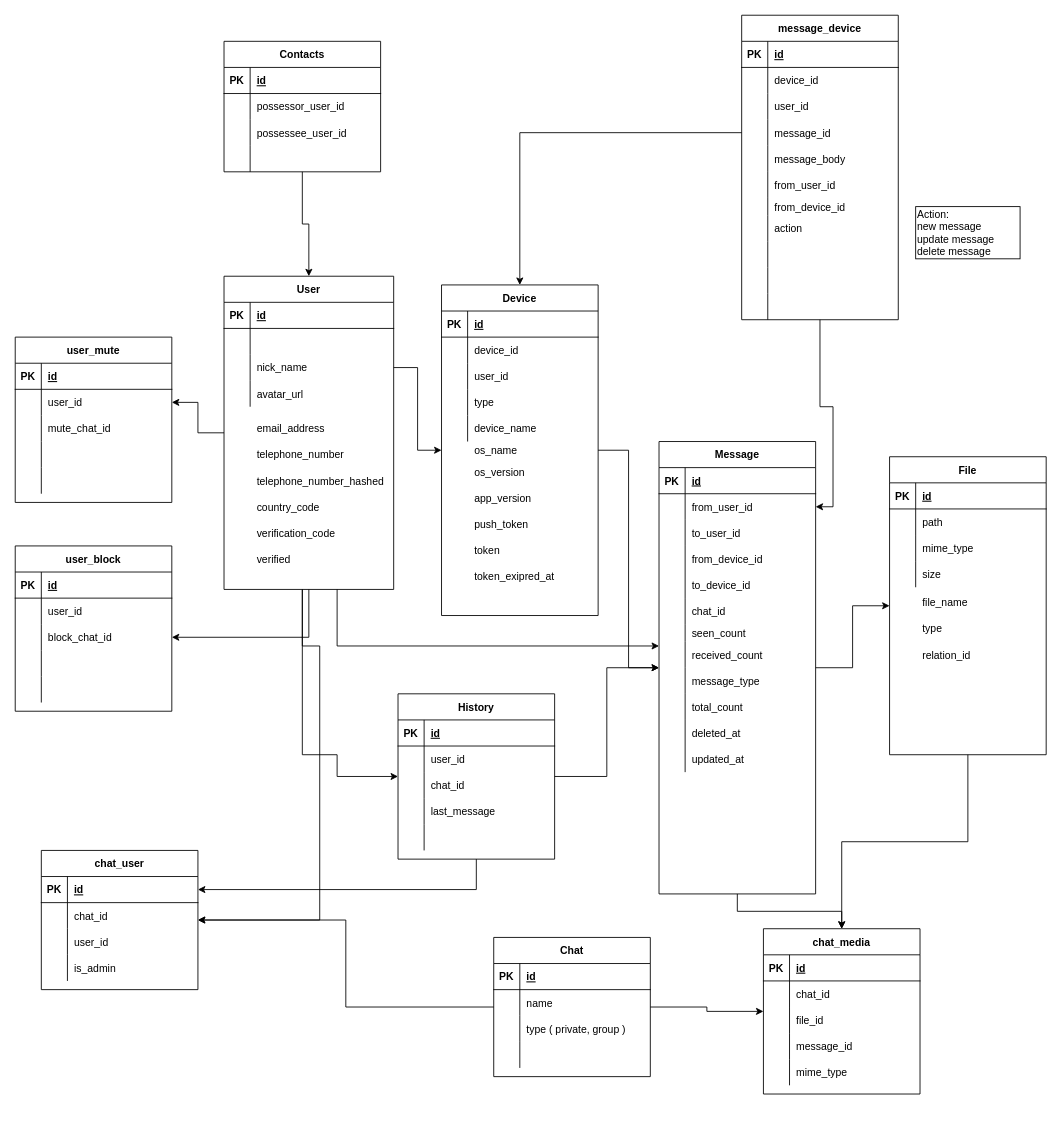
Earlier version of the draw.io diagram documents/database.drawio (cloverstudio/Spika3). Source tidied: cells renumbered, new cells numbered last; positions are measured from the earlier drawing's top-left corner, leaving out a move shared by most shapes. Both pictures are drawn from the tidied source at 87%, with x=0, y=0 at pixel (15, 15).
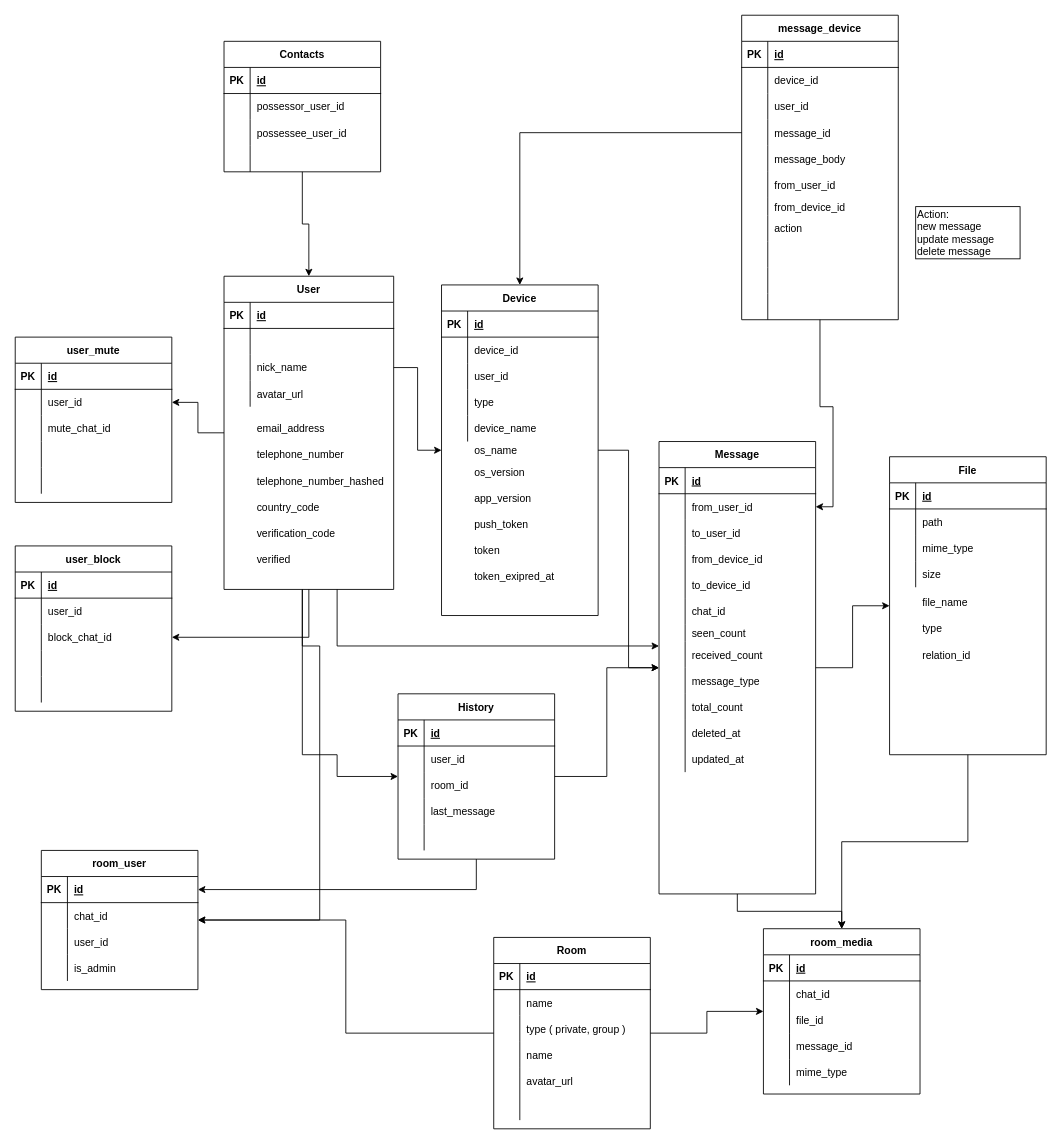
The same diagram, later.

Commit message:
update room model doc

The change refers to these unchanged cells:
```xml
<mxCell id="85" style="shape=partialRectangle;fillColor=none;top=0;left=0;bottom=0;right=0;" parent="78" vertex="1">
  <mxGeometry y="90" width="180" height="30" as="geometry" />
</mxCell>
```

What changed in the source:
```diff
@@
-    <mxCell id="87" value="chat_id" style="shape=partialRectangle;fillColor=none;top=0;left=0;bottom=0;right=0;align=left;spacingLeft=6;overflow=hidden;" parent="85" vertex="1">
+    <mxCell id="87" value="room_id" style="shape=partialRectangle;fillColor=none;top=0;left=0;bottom=0;right=0;align=left;spacingLeft=6;overflow=hidden;" parent="85" vertex="1">
       <mxGeometry x="30" width="150" height="30" as="geometry" />
     </mxCell>
@@
-    <mxCell id="110" value="Chat" style="shape=table;startSize=30;childLayout=tableLayout;rowLines=0;fontStyle=1;align=center;" parent="1" vertex="1">
-      <mxGeometry x="550" y="1060" width="180" height="160" as="geometry" />
+    <mxCell id="110" value="Room" style="shape=table;startSize=30;childLayout=tableLayout;rowLines=0;fontStyle=1;align=center;" parent="1" vertex="1">
+      <mxGeometry x="550" y="1060" width="180" height="220" as="geometry" />
     </mxCell>
@@
+    <mxCell id="251" style="shape=partialRectangle;fillColor=none;top=0;left=0;bottom=0;right=0;" parent="110" vertex="1">
+      <mxGeometry y="90" width="180" height="30" as="geometry" />
+    </mxCell>
+    <mxCell id="252" style="shape=partialRectangle;fillColor=none;top=0;left=0;bottom=0;right=0;overflow=hidden;" parent="251" vertex="1">
+      <mxGeometry width="30" height="30" as="geometry" />
+    </mxCell>
+    <mxCell id="253" value="type ( private, group )" style="shape=partialRectangle;fillColor=none;top=0;left=0;bottom=0;right=0;align=left;spacingLeft=6;overflow=hidden;" parent="251" vertex="1">
+      <mxGeometry x="30" width="150" height="30" as="geometry" />
+    </mxCell>
+    <mxCell id="254" style="shape=partialRectangle;fillColor=none;top=0;left=0;bottom=0;right=0;" parent="110" vertex="1">
+      <mxGeometry y="120" width="180" height="30" as="geometry" />
+    </mxCell>
+    <mxCell id="255" style="shape=partialRectangle;fillColor=none;top=0;left=0;bottom=0;right=0;overflow=hidden;" parent="254" vertex="1">
+      <mxGeometry width="30" height="30" as="geometry" />
+    </mxCell>
+    <mxCell id="256" value="name" style="shape=partialRectangle;fillColor=none;top=0;left=0;bottom=0;right=0;align=left;spacingLeft=6;overflow=hidden;" parent="254" vertex="1">
+      <mxGeometry x="30" width="150" height="30" as="geometry" />
+    </mxCell>
     <mxCell id="117" style="shape=partialRectangle;fillColor=none;top=0;left=0;bottom=0;right=0;" parent="110" vertex="1">
-      <mxGeometry y="90" width="180" height="30" as="geometry" />
+      <mxGeometry y="150" width="180" height="30" as="geometry" />
     </mxCell>
@@
-    <mxCell id="119" value="type ( private, group )" style="shape=partialRectangle;fillColor=none;top=0;left=0;bottom=0;right=0;align=left;spacingLeft=6;overflow=hidden;" parent="117" vertex="1">
+    <mxCell id="119" value="avatar_url" style="shape=partialRectangle;fillColor=none;top=0;left=0;bottom=0;right=0;align=left;spacingLeft=6;overflow=hidden;" parent="117" vertex="1">
       <mxGeometry x="30" width="150" height="30" as="geometry" />
     </mxCell>
     <mxCell id="120" style="shape=partialRectangle;fillColor=none;top=0;left=0;bottom=0;right=0;" parent="110" vertex="1">
-      <mxGeometry y="120" width="180" height="30" as="geometry" />
+      <mxGeometry y="180" width="180" height="30" as="geometry" />
     </mxCell>
@@
-    <mxCell id="123" value="chat_media" style="shape=table;startSize=30;childLayout=tableLayout;rowLines=0;fontStyle=1;align=center;" parent="1" vertex="1">
+    <mxCell id="123" value="room_media" style="shape=table;startSize=30;childLayout=tableLayout;rowLines=0;fontStyle=1;align=center;" parent="1" vertex="1">
       <mxGeometry x="860" y="1050" width="180" height="190" as="geometry" />
     </mxCell>
@@
-    <mxCell id="171" value="chat_user" style="shape=table;startSize=30;childLayout=tableLayout;rowLines=0;fontStyle=1;align=center;" parent="1" vertex="1">
+    <mxCell id="171" value="room_user" style="shape=table;startSize=30;childLayout=tableLayout;rowLines=0;fontStyle=1;align=center;" parent="1" vertex="1">
       <mxGeometry x="30" y="960" width="180" height="160" as="geometry" />
     </mxCell>
```
